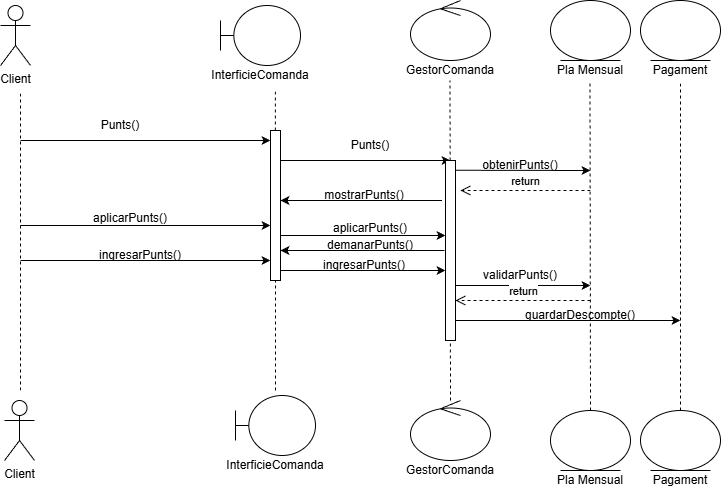
This is Diagrames/Diagrames seqüència/Diagrames Guillem Casas Gil/usar_punts.drawio.png from MarcelPainos/ES26UAB-431-12, a draw.io export, as it was before one commit. Source tidied: cells renumbered, new cells last; positions are measured from the earlier drawing's top-left corner, leaving out a move shared by most shapes.
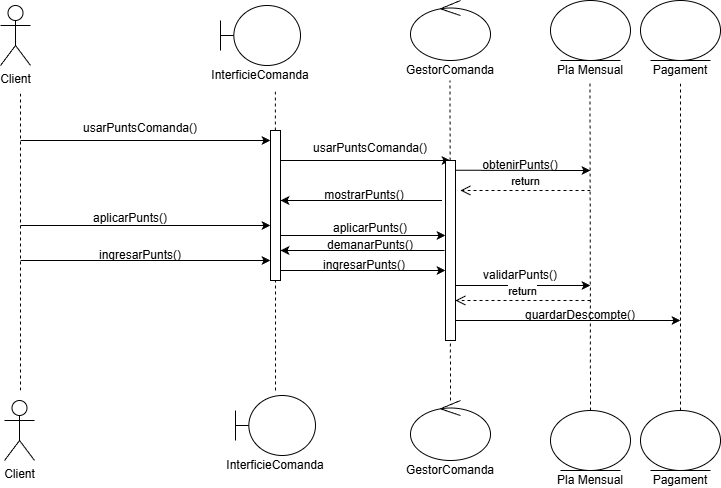
The same diagram one commit later.

The edit, as a diff of the source:
```diff
@@ -53,8 +53,8 @@
         <mxPoint x="270" y="140" as="targetPoint" />
       </mxGeometry>
     </mxCell>
-    <mxCell id="14" value="Punts()" style="text;html=1;whiteSpace=wrap;strokeColor=none;fillColor=none;align=center;verticalAlign=middle;rounded=0;" parent="1" vertex="1">
-      <mxGeometry x="90" y="120" width="60" height="10" as="geometry" />
+    <mxCell id="14" value="&lt;div style=&quot;text-align: left;&quot;&gt;usarPuntsComanda()&lt;/div&gt;&lt;div&gt;&lt;br&gt;&lt;/div&gt;" style="text;html=1;whiteSpace=wrap;strokeColor=none;fillColor=none;align=center;verticalAlign=middle;rounded=0;" parent="1" vertex="1">
+      <mxGeometry x="110" y="130" width="60" height="10" as="geometry" />
     </mxCell>
     <mxCell id="15" style="endArrow=classic;html=1;rounded=0;" parent="1" edge="1">
       <mxGeometry relative="1" as="geometry">
@@ -62,8 +62,8 @@
         <mxPoint x="450" y="160" as="targetPoint" />
       </mxGeometry>
     </mxCell>
-    <mxCell id="16" value="Punts()" style="text;html=1;whiteSpace=wrap;strokeColor=none;fillColor=none;align=center;verticalAlign=middle;rounded=0;" parent="1" vertex="1">
-      <mxGeometry x="340" y="140" width="60" height="10" as="geometry" />
+    <mxCell id="16" value="&lt;div style=&quot;text-align: left;&quot;&gt;usarPuntsComanda()&lt;/div&gt;&lt;div&gt;&lt;br&gt;&lt;/div&gt;" style="text;html=1;whiteSpace=wrap;strokeColor=none;fillColor=none;align=center;verticalAlign=middle;rounded=0;" parent="1" vertex="1">
+      <mxGeometry x="340" y="150" width="60" height="10" as="geometry" />
     </mxCell>
     <mxCell id="17" style="endArrow=none;dashed=1;html=1;rounded=0;" parent="1" edge="1" target="18">
       <mxGeometry relative="1" as="geometry">
```
